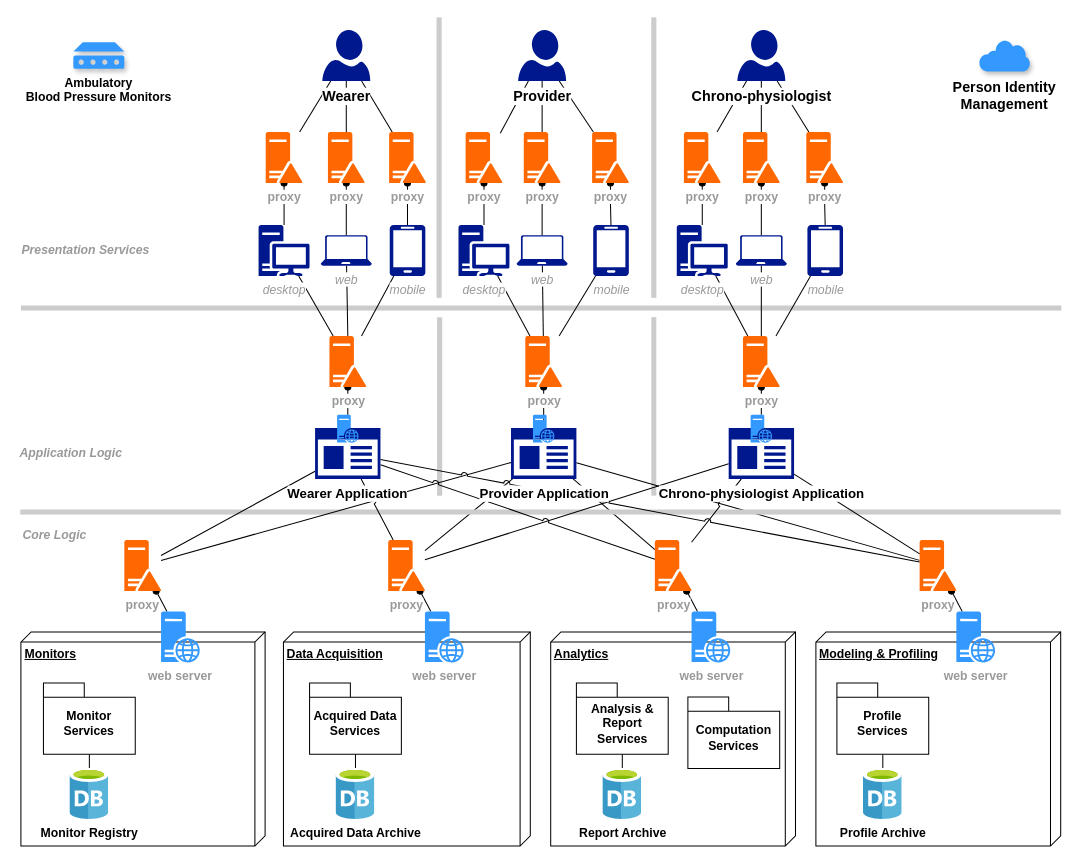
Before: docs/biorhythm-platform/images/conceptual-architecture.drawio in phoenix-chronobiology/phoenix-chronobiology.github.io, a draw.io diagram. Source tidied: cells renumbered, new cells numbered last; positions are measured from the earlier drawing's top-left corner, leaving out a move shared by most shapes. Both pictures are drawn from the tidied source at 102%, with x=0, y=0 at pixel (17, 30).
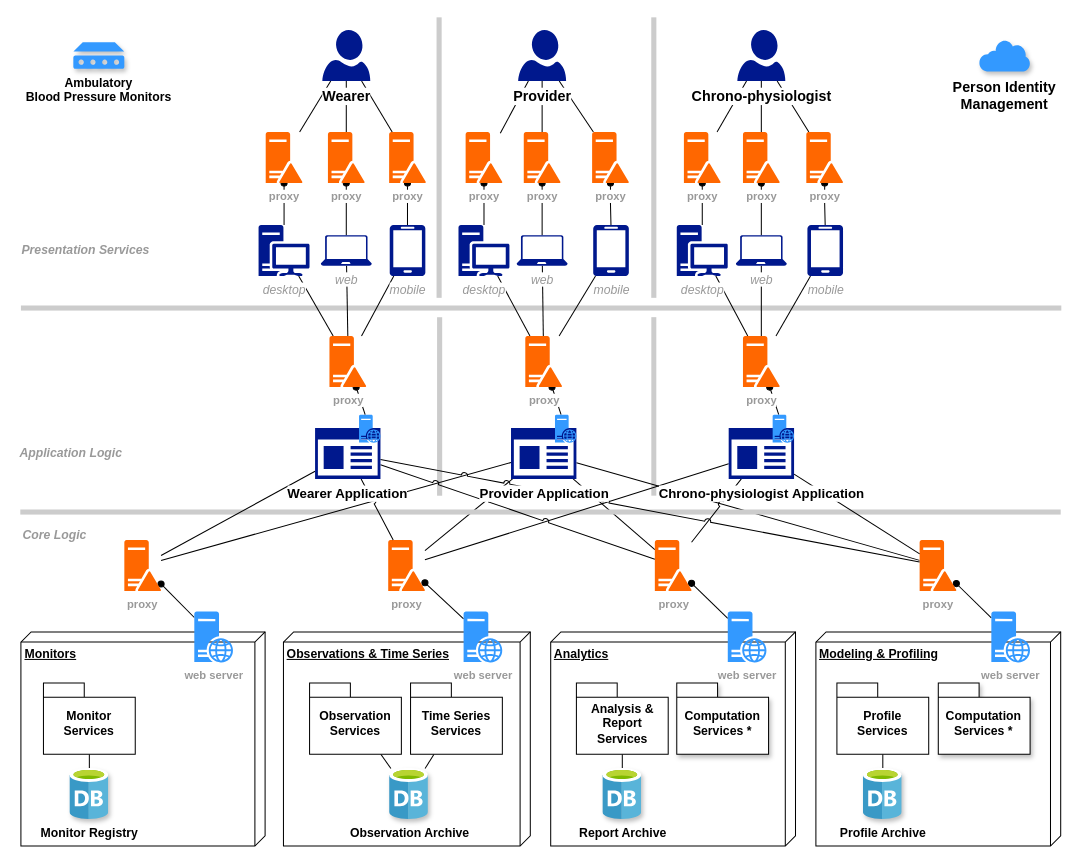
After the change.

Commit message (it also covers changes not shown here):
working draft conceptual architecture

Unchanged cells that the change refers to:
```xml
<mxCell id="93" value="Provider Application" style="sketch=0;shadow=0;dashed=0;html=1;strokeColor=none;labelPosition=center;verticalLabelPosition=bottom;verticalAlign=top;align=center;fillColor=#00188D;shape=mxgraph.mscae.enterprise.app_generic;labelBackgroundColor=default;fontStyle=1;fontSize=13;" parent="1" vertex="1">
  <mxGeometry x="483.5" y="390" width="64.1" height="50" as="geometry" />
</mxCell>
```

What changed in the source:
```diff
@@
-    <mxCell id="10" value="Monitors" style="verticalAlign=top;align=left;spacingTop=8;spacingLeft=2;spacingRight=12;shape=cube;size=10;direction=south;fontStyle=5;html=1;whiteSpace=wrap;" parent="1" vertex="1">
+    <mxCell id="10" value="Monitors" style="verticalAlign=top;align=left;spacingTop=8;spacingLeft=2;spacingRight=12;shape=cube;size=10;direction=south;fontStyle=5;html=1;whiteSpace=wrap;shadow=0;" parent="1" vertex="1">
       <mxGeometry x="3" y="590" width="239.4" height="210" as="geometry" />
     </mxCell>
@@
-    <mxCell id="13" value="Data Acquisition" style="verticalAlign=top;align=left;spacingTop=8;spacingLeft=2;spacingRight=12;shape=cube;size=10;direction=south;fontStyle=5;html=1;whiteSpace=wrap;" parent="1" vertex="1">
+    <mxCell id="13" value="Observations &amp;amp; Time Series" style="verticalAlign=top;align=left;spacingTop=8;spacingLeft=2;spacingRight=12;shape=cube;size=10;direction=south;fontStyle=5;html=1;whiteSpace=wrap;shadow=0;" parent="1" vertex="1">
       <mxGeometry x="260.4" y="590" width="242" height="210" as="geometry" />
     </mxCell>
@@
-    <mxCell id="15" value="Acquired Data Services" style="shape=folder;fontStyle=1;spacingTop=10;tabWidth=40;tabHeight=14;tabPosition=left;html=1;whiteSpace=wrap;" parent="1" vertex="1">
+    <mxCell id="15" value="Observation Services" style="shape=folder;fontStyle=1;spacingTop=10;tabWidth=40;tabHeight=14;tabPosition=left;html=1;whiteSpace=wrap;" parent="1" vertex="1">
       <mxGeometry x="286" y="640" width="90" height="70" as="geometry" />
     </mxCell>
@@
-    <mxCell id="22" value="Computation Services" style="shape=folder;fontStyle=1;spacingTop=10;tabWidth=40;tabHeight=14;tabPosition=left;html=1;whiteSpace=wrap;" parent="1" vertex="1">
-      <mxGeometry x="656.9" y="653.9" width="90" height="70" as="geometry" />
+    <mxCell id="22" value="Computation Services *" style="shape=folder;fontStyle=1;spacingTop=10;tabWidth=40;tabHeight=14;tabPosition=left;html=1;whiteSpace=wrap;shadow=1;" parent="1" vertex="1">
+      <mxGeometry x="646" y="640" width="90" height="70" as="geometry" />
     </mxCell>
@@
-    <mxCell id="33" value="proxy" style="sketch=0;shadow=0;dashed=0;html=1;strokeColor=none;labelPosition=center;verticalLabelPosition=bottom;verticalAlign=top;align=center;fillColor=#FF6700;shape=mxgraph.mscae.enterprise.domain_controller;labelBackgroundColor=default;fontColor=#999999;fontStyle=1;" parent="1" vertex="1">
+    <mxCell id="33" value="proxy" style="sketch=0;shadow=0;dashed=0;html=1;strokeColor=none;labelPosition=center;verticalLabelPosition=bottom;verticalAlign=top;align=center;fillColor=#FF6700;shape=mxgraph.mscae.enterprise.domain_controller;labelBackgroundColor=default;fontColor=#999999;fontStyle=1;fontSize=11;" parent="1" vertex="1">
       <mxGeometry x="104.4" y="500" width="36" height="50" as="geometry" />
     </mxCell>
@@
-    <mxCell id="35" value="proxy" style="sketch=0;shadow=0;dashed=0;html=1;strokeColor=none;labelPosition=center;verticalLabelPosition=bottom;verticalAlign=top;align=center;fillColor=#FF6700;shape=mxgraph.mscae.enterprise.domain_controller;labelBackgroundColor=default;fontColor=#999999;fontStyle=1;" parent="1" vertex="1">
+    <mxCell id="35" value="proxy" style="sketch=0;shadow=0;dashed=0;html=1;strokeColor=none;labelPosition=center;verticalLabelPosition=bottom;verticalAlign=top;align=center;fillColor=#FF6700;shape=mxgraph.mscae.enterprise.domain_controller;labelBackgroundColor=default;fontColor=#999999;fontStyle=1;fontSize=11;" parent="1" vertex="1">
       <mxGeometry x="363.1" y="500" width="36" height="50" as="geometry" />
     </mxCell>
@@
-    <mxCell id="37" value="proxy" style="sketch=0;shadow=0;dashed=0;html=1;strokeColor=none;labelPosition=center;verticalLabelPosition=bottom;verticalAlign=top;align=center;fillColor=#FF6700;shape=mxgraph.mscae.enterprise.domain_controller;labelBackgroundColor=default;fontColor=#999999;fontStyle=1;" parent="1" vertex="1">
+    <mxCell id="37" value="proxy" style="sketch=0;shadow=0;dashed=0;html=1;strokeColor=none;labelPosition=center;verticalLabelPosition=bottom;verticalAlign=top;align=center;fillColor=#FF6700;shape=mxgraph.mscae.enterprise.domain_controller;labelBackgroundColor=default;fontColor=#999999;fontStyle=1;fontSize=11;" parent="1" vertex="1">
       <mxGeometry x="624.5" y="500" width="36" height="50" as="geometry" />
     </mxCell>
@@
-    <mxCell id="39" value="proxy" style="sketch=0;shadow=0;dashed=0;html=1;strokeColor=none;labelPosition=center;verticalLabelPosition=bottom;verticalAlign=top;align=center;fillColor=#FF6700;shape=mxgraph.mscae.enterprise.domain_controller;labelBackgroundColor=default;fontColor=#999999;fontStyle=1;" parent="1" vertex="1">
+    <mxCell id="39" value="proxy" style="sketch=0;shadow=0;dashed=0;html=1;strokeColor=none;labelPosition=center;verticalLabelPosition=bottom;verticalAlign=top;align=center;fillColor=#FF6700;shape=mxgraph.mscae.enterprise.domain_controller;labelBackgroundColor=default;fontColor=#999999;fontStyle=1;fontSize=11;" parent="1" vertex="1">
       <mxGeometry x="884.1" y="500" width="36" height="50" as="geometry" />
     </mxCell>
@@
-    <mxCell id="41" value="proxy" style="sketch=0;shadow=0;dashed=0;html=1;strokeColor=none;labelPosition=center;verticalLabelPosition=bottom;verticalAlign=top;align=center;fillColor=#FF6700;shape=mxgraph.mscae.enterprise.domain_controller;labelBackgroundColor=default;fontColor=#999999;fontStyle=1;" parent="1" vertex="1">
+    <mxCell id="41" value="proxy" style="sketch=0;shadow=0;dashed=0;html=1;strokeColor=none;labelPosition=center;verticalLabelPosition=bottom;verticalAlign=top;align=center;fillColor=#FF6700;shape=mxgraph.mscae.enterprise.domain_controller;labelBackgroundColor=default;fontColor=#999999;fontStyle=1;fontSize=11;" parent="1" vertex="1">
       <mxGeometry x="243" y="100" width="36" height="50" as="geometry" />
     </mxCell>
@@
-    <mxCell id="43" value="proxy" style="sketch=0;shadow=0;dashed=0;html=1;strokeColor=none;labelPosition=center;verticalLabelPosition=bottom;verticalAlign=top;align=center;fillColor=#FF6700;shape=mxgraph.mscae.enterprise.domain_controller;labelBackgroundColor=default;fontColor=#999999;fontStyle=1;" parent="1" vertex="1">
+    <mxCell id="43" value="proxy" style="sketch=0;shadow=0;dashed=0;html=1;strokeColor=none;labelPosition=center;verticalLabelPosition=bottom;verticalAlign=top;align=center;fillColor=#FF6700;shape=mxgraph.mscae.enterprise.domain_controller;labelBackgroundColor=default;fontColor=#999999;fontStyle=1;fontSize=11;" parent="1" vertex="1">
       <mxGeometry x="304" y="100" width="36" height="50" as="geometry" />
     </mxCell>
@@
-    <mxCell id="45" value="proxy" style="sketch=0;shadow=0;dashed=0;html=1;strokeColor=none;labelPosition=center;verticalLabelPosition=bottom;verticalAlign=top;align=center;fillColor=#FF6700;shape=mxgraph.mscae.enterprise.domain_controller;labelBackgroundColor=default;fontColor=#999999;fontStyle=1;" parent="1" vertex="1">
+    <mxCell id="45" value="proxy" style="sketch=0;shadow=0;dashed=0;html=1;strokeColor=none;labelPosition=center;verticalLabelPosition=bottom;verticalAlign=top;align=center;fillColor=#FF6700;shape=mxgraph.mscae.enterprise.domain_controller;labelBackgroundColor=default;fontColor=#999999;fontStyle=1;fontSize=11;" parent="1" vertex="1">
       <mxGeometry x="364" y="100" width="36" height="50" as="geometry" />
     </mxCell>
@@
-    <mxCell id="50" value="proxy" style="sketch=0;shadow=0;dashed=0;html=1;strokeColor=none;labelPosition=center;verticalLabelPosition=bottom;verticalAlign=top;align=center;fillColor=#FF6700;shape=mxgraph.mscae.enterprise.domain_controller;labelBackgroundColor=default;fontColor=#999999;fontStyle=1;" parent="1" vertex="1">
+    <mxCell id="50" value="proxy" style="sketch=0;shadow=0;dashed=0;html=1;strokeColor=none;labelPosition=center;verticalLabelPosition=bottom;verticalAlign=top;align=center;fillColor=#FF6700;shape=mxgraph.mscae.enterprise.domain_controller;labelBackgroundColor=default;fontColor=#999999;fontStyle=1;fontSize=11;" parent="1" vertex="1">
       <mxGeometry x="439" y="100" width="36" height="50" as="geometry" />
     </mxCell>
@@
-    <mxCell id="52" value="proxy" style="sketch=0;shadow=0;dashed=0;html=1;strokeColor=none;labelPosition=center;verticalLabelPosition=bottom;verticalAlign=top;align=center;fillColor=#FF6700;shape=mxgraph.mscae.enterprise.domain_controller;labelBackgroundColor=default;fontColor=#999999;fontStyle=1;" parent="1" vertex="1">
+    <mxCell id="52" value="proxy" style="sketch=0;shadow=0;dashed=0;html=1;strokeColor=none;labelPosition=center;verticalLabelPosition=bottom;verticalAlign=top;align=center;fillColor=#FF6700;shape=mxgraph.mscae.enterprise.domain_controller;labelBackgroundColor=default;fontColor=#999999;fontStyle=1;fontSize=11;" parent="1" vertex="1">
       <mxGeometry x="496" y="100" width="36" height="50" as="geometry" />
     </mxCell>
@@
-    <mxCell id="54" value="proxy" style="sketch=0;shadow=0;dashed=0;html=1;strokeColor=none;labelPosition=center;verticalLabelPosition=bottom;verticalAlign=top;align=center;fillColor=#FF6700;shape=mxgraph.mscae.enterprise.domain_controller;labelBackgroundColor=default;fontColor=#999999;fontStyle=1;" parent="1" vertex="1">
+    <mxCell id="54" value="proxy" style="sketch=0;shadow=0;dashed=0;html=1;strokeColor=none;labelPosition=center;verticalLabelPosition=bottom;verticalAlign=top;align=center;fillColor=#FF6700;shape=mxgraph.mscae.enterprise.domain_controller;labelBackgroundColor=default;fontColor=#999999;fontStyle=1;fontSize=11;" parent="1" vertex="1">
       <mxGeometry x="563" y="100" width="36" height="50" as="geometry" />
     </mxCell>
@@
-    <mxCell id="59" value="proxy" style="sketch=0;shadow=0;dashed=0;html=1;strokeColor=none;labelPosition=center;verticalLabelPosition=bottom;verticalAlign=top;align=center;fillColor=#FF6700;shape=mxgraph.mscae.enterprise.domain_controller;labelBackgroundColor=default;fontColor=#999999;fontStyle=1;" parent="1" vertex="1">
+    <mxCell id="59" value="proxy" style="sketch=0;shadow=0;dashed=0;html=1;strokeColor=none;labelPosition=center;verticalLabelPosition=bottom;verticalAlign=top;align=center;fillColor=#FF6700;shape=mxgraph.mscae.enterprise.domain_controller;labelBackgroundColor=default;fontColor=#999999;fontStyle=1;fontSize=11;" parent="1" vertex="1">
       <mxGeometry x="653" y="100" width="36" height="50" as="geometry" />
     </mxCell>
@@
-    <mxCell id="61" value="proxy" style="sketch=0;shadow=0;dashed=0;html=1;strokeColor=none;labelPosition=center;verticalLabelPosition=bottom;verticalAlign=top;align=center;fillColor=#FF6700;shape=mxgraph.mscae.enterprise.domain_controller;labelBackgroundColor=default;fontColor=#999999;fontStyle=1;" parent="1" vertex="1">
+    <mxCell id="61" value="proxy" style="sketch=0;shadow=0;dashed=0;html=1;strokeColor=none;labelPosition=center;verticalLabelPosition=bottom;verticalAlign=top;align=center;fillColor=#FF6700;shape=mxgraph.mscae.enterprise.domain_controller;labelBackgroundColor=default;fontColor=#999999;fontStyle=1;fontSize=11;" parent="1" vertex="1">
       <mxGeometry x="710.9" y="100" width="36" height="50" as="geometry" />
     </mxCell>
@@
-    <mxCell id="63" value="proxy" style="sketch=0;shadow=0;dashed=0;html=1;strokeColor=none;labelPosition=center;verticalLabelPosition=bottom;verticalAlign=top;align=center;fillColor=#FF6700;shape=mxgraph.mscae.enterprise.domain_controller;labelBackgroundColor=default;fontColor=#999999;fontStyle=1;" parent="1" vertex="1">
+    <mxCell id="63" value="proxy" style="sketch=0;shadow=0;dashed=0;html=1;strokeColor=none;labelPosition=center;verticalLabelPosition=bottom;verticalAlign=top;align=center;fillColor=#FF6700;shape=mxgraph.mscae.enterprise.domain_controller;labelBackgroundColor=default;fontColor=#999999;fontStyle=1;fontSize=11;" parent="1" vertex="1">
       <mxGeometry x="773" y="100" width="36" height="50" as="geometry" />
     </mxCell>
@@
-    <mxCell id="69" style="edgeStyle=orthogonalEdgeStyle;rounded=0;jettySize=auto;html=1;startArrow=oval;startFill=1;endArrow=none;endFill=0;" parent="1" edge="1" source="70" target="93">
+    <mxCell id="69" style="rounded=0;jettySize=auto;html=1;startArrow=oval;startFill=1;endArrow=none;endFill=0;" parent="1" edge="1" source="70" target="104">
       <mxGeometry relative="1" as="geometry" />
     </mxCell>
-    <mxCell id="70" value="proxy" style="sketch=0;shadow=0;dashed=0;html=1;strokeColor=none;labelPosition=center;verticalLabelPosition=bottom;verticalAlign=top;align=center;fillColor=#FF6700;shape=mxgraph.mscae.enterprise.domain_controller;labelBackgroundColor=default;direction=east;fontColor=#999999;fontStyle=1;" parent="1" vertex="1">
+    <mxCell id="70" value="proxy" style="sketch=0;shadow=0;dashed=0;html=1;strokeColor=none;labelPosition=center;verticalLabelPosition=bottom;verticalAlign=top;align=center;fillColor=#FF6700;shape=mxgraph.mscae.enterprise.domain_controller;labelBackgroundColor=default;direction=east;fontColor=#999999;fontStyle=1;fontSize=11;" parent="1" vertex="1">
       <mxGeometry x="497.5" y="300" width="36" height="50" as="geometry" />
     </mxCell>
@@
-    <mxCell id="72" value="proxy" style="sketch=0;shadow=0;dashed=0;html=1;strokeColor=none;labelPosition=center;verticalLabelPosition=bottom;verticalAlign=top;align=center;fillColor=#FF6700;shape=mxgraph.mscae.enterprise.domain_controller;labelBackgroundColor=default;fontColor=#999999;fontStyle=1;" parent="1" vertex="1">
+    <mxCell id="72" value="proxy" style="sketch=0;shadow=0;dashed=0;html=1;strokeColor=none;labelPosition=center;verticalLabelPosition=bottom;verticalAlign=top;align=center;fillColor=#FF6700;shape=mxgraph.mscae.enterprise.domain_controller;labelBackgroundColor=default;fontColor=#999999;fontStyle=1;fontSize=11;" parent="1" vertex="1">
       <mxGeometry x="710.9" y="300" width="36" height="50" as="geometry" />
     </mxCell>
@@
-    <mxCell id="97" value="web server" style="sketch=0;shadow=0;dashed=0;html=1;strokeColor=none;labelPosition=center;verticalLabelPosition=bottom;verticalAlign=top;align=center;fillColor=#3399FF;shape=mxgraph.mscae.enterprise.web_server;fontColor=#999999;fontStyle=1;" parent="1" vertex="1">
-      <mxGeometry x="140.4" y="570" width="38" height="50" as="geometry" />
+    <mxCell id="97" value="web server" style="sketch=0;shadow=0;dashed=0;html=1;strokeColor=none;labelPosition=center;verticalLabelPosition=bottom;verticalAlign=top;align=center;fillColor=#3399FF;shape=mxgraph.mscae.enterprise.web_server;fontColor=#999999;fontStyle=1;fontSize=11;" parent="1" vertex="1">
+      <mxGeometry x="173" y="570" width="38" height="50" as="geometry" />
     </mxCell>
-    <mxCell id="98" value="web server" style="sketch=0;shadow=0;dashed=0;html=1;strokeColor=none;labelPosition=center;verticalLabelPosition=bottom;verticalAlign=top;align=center;fillColor=#3399FF;shape=mxgraph.mscae.enterprise.web_server;fontStyle=1;fontColor=#999999;" parent="1" vertex="1">
-      <mxGeometry x="399.1" y="570" width="38" height="50" as="geometry" />
+    <mxCell id="98" value="web server" style="sketch=0;shadow=0;dashed=0;html=1;strokeColor=none;labelPosition=center;verticalLabelPosition=bottom;verticalAlign=top;align=center;fillColor=#3399FF;shape=mxgraph.mscae.enterprise.web_server;fontStyle=1;fontColor=#999999;fontSize=11;" parent="1" vertex="1">
+      <mxGeometry x="437" y="570" width="38" height="50" as="geometry" />
     </mxCell>
-    <mxCell id="99" value="web server" style="sketch=0;shadow=0;dashed=0;html=1;strokeColor=none;labelPosition=center;verticalLabelPosition=bottom;verticalAlign=top;align=center;fillColor=#3399FF;shape=mxgraph.mscae.enterprise.web_server;fontStyle=1;fontColor=#999999;" parent="1" vertex="1">
-      <mxGeometry x="660.5" y="570" width="38" height="50" as="geometry" />
+    <mxCell id="99" value="web server" style="sketch=0;shadow=0;dashed=0;html=1;strokeColor=none;labelPosition=center;verticalLabelPosition=bottom;verticalAlign=top;align=center;fillColor=#3399FF;shape=mxgraph.mscae.enterprise.web_server;fontStyle=1;fontColor=#999999;fontSize=11;" parent="1" vertex="1">
+      <mxGeometry x="696" y="570" width="38" height="50" as="geometry" />
     </mxCell>
-    <mxCell id="100" value="web server" style="sketch=0;shadow=0;dashed=0;html=1;strokeColor=none;labelPosition=center;verticalLabelPosition=bottom;verticalAlign=top;align=center;fillColor=#3399FF;shape=mxgraph.mscae.enterprise.web_server;fontStyle=1;fontColor=#999999;" parent="1" vertex="1">
-      <mxGeometry x="920.1" y="570" width="38" height="50" as="geometry" />
+    <mxCell id="100" value="web server" style="sketch=0;shadow=0;dashed=0;html=1;strokeColor=none;labelPosition=center;verticalLabelPosition=bottom;verticalAlign=top;align=center;fillColor=#3399FF;shape=mxgraph.mscae.enterprise.web_server;fontStyle=1;fontColor=#999999;fontSize=11;" parent="1" vertex="1">
+      <mxGeometry x="954.4" y="570" width="38" height="50" as="geometry" />
     </mxCell>
     <mxCell id="101" style="sketch=0;shadow=0;dashed=0;html=1;strokeColor=none;labelPosition=center;verticalLabelPosition=bottom;verticalAlign=top;align=center;fillColor=#3399FF;shape=mxgraph.mscae.enterprise.web_server;" parent="1" vertex="1">
-      <mxGeometry x="313" y="377" width="21" height="27.6" as="geometry" />
+      <mxGeometry x="334.5" y="377" width="21" height="27.6" as="geometry" />
     </mxCell>
-    <mxCell id="102" style="edgeStyle=orthogonalEdgeStyle;rounded=0;jettySize=auto;html=1;startArrow=oval;startFill=1;endArrow=none;endFill=0;" parent="1" edge="1" source="103" target="101">
+    <mxCell id="102" style="rounded=0;jettySize=auto;html=1;startArrow=oval;startFill=1;endArrow=none;endFill=0;" parent="1" edge="1" source="103" target="101">
       <mxGeometry relative="1" as="geometry" />
     </mxCell>
-    <mxCell id="103" value="proxy" style="sketch=0;shadow=0;dashed=0;html=1;strokeColor=none;labelPosition=center;verticalLabelPosition=bottom;verticalAlign=top;align=center;fillColor=#ff6700;shape=mxgraph.mscae.enterprise.domain_controller;labelBackgroundColor=default;fontColor=#999999;fontStyle=1;" parent="1" vertex="1">
+    <mxCell id="103" value="proxy" style="sketch=0;shadow=0;dashed=0;html=1;strokeColor=none;labelPosition=center;verticalLabelPosition=bottom;verticalAlign=top;align=center;fillColor=#ff6700;shape=mxgraph.mscae.enterprise.domain_controller;labelBackgroundColor=default;fontColor=#999999;fontStyle=1;fontSize=11;" parent="1" vertex="1">
       <mxGeometry x="305.5" y="300" width="36" height="50" as="geometry" />
     </mxCell>
     <mxCell id="104" style="sketch=0;shadow=0;dashed=0;html=1;strokeColor=none;labelPosition=center;verticalLabelPosition=bottom;verticalAlign=top;align=center;fillColor=#3399FF;shape=mxgraph.mscae.enterprise.web_server;" parent="1" vertex="1">
-      <mxGeometry x="505" y="377" width="21" height="27.6" as="geometry" />
+      <mxGeometry x="526.6" y="377" width="21" height="27.6" as="geometry" />
     </mxCell>
     <mxCell id="105" style="sketch=0;shadow=0;dashed=0;html=1;strokeColor=none;labelPosition=center;verticalLabelPosition=bottom;verticalAlign=top;align=center;fillColor=#3399FF;shape=mxgraph.mscae.enterprise.web_server;" parent="1" vertex="1">
-      <mxGeometry x="718.4" y="377" width="21" height="27.6" as="geometry" />
+      <mxGeometry x="740" y="377" width="21" height="27.6" as="geometry" />
     </mxCell>
@@
-    <mxCell id="109" value="Monitor Registry" style="image;sketch=0;html=1;points=[];align=center;fontSize=12;image=img/lib/mscae/Database_General.svg;fontStyle=1;" parent="1" vertex="1">
+    <mxCell id="109" value="Monitor Registry" style="image;sketch=0;html=1;points=[];align=center;fontSize=12;image=img/lib/mscae/Database_General.svg;fontStyle=1;shadow=1;" parent="1" vertex="1">
       <mxGeometry x="51.1" y="723.9" width="38" height="50" as="geometry" />
     </mxCell>
-    <mxCell id="110" value="Acquired Data Archive" style="image;sketch=0;html=1;points=[];align=center;fontSize=12;image=img/lib/mscae/Database_General.svg;fontStyle=1;" parent="1" vertex="1">
-      <mxGeometry x="312" y="723.9" width="38" height="50" as="geometry" />
+    <mxCell id="110" value="Observation Archive" style="image;sketch=0;html=1;points=[];align=center;fontSize=12;image=img/lib/mscae/Database_General.svg;fontStyle=1;shadow=1;" parent="1" vertex="1">
+      <mxGeometry x="364.5" y="723.9" width="38" height="50" as="geometry" />
     </mxCell>
-    <mxCell id="111" value="Report Archive" style="image;sketch=0;html=1;points=[];align=center;fontSize=12;image=img/lib/mscae/Database_General.svg;fontStyle=1;" parent="1" vertex="1">
+    <mxCell id="111" value="Report Archive" style="image;sketch=0;html=1;points=[];align=center;fontSize=12;image=img/lib/mscae/Database_General.svg;fontStyle=1;shadow=1;" parent="1" vertex="1">
       <mxGeometry x="573.6" y="723.9" width="38" height="50" as="geometry" />
     </mxCell>
-    <mxCell id="112" value="Profile Archive" style="image;sketch=0;html=1;points=[];align=center;fontSize=12;image=img/lib/mscae/Database_General.svg;fontStyle=1;" parent="1" vertex="1">
+    <mxCell id="112" value="Profile Archive" style="image;sketch=0;html=1;points=[];align=center;fontSize=12;image=img/lib/mscae/Database_General.svg;fontStyle=1;shadow=1;" parent="1" vertex="1">
       <mxGeometry x="829" y="723.9" width="38" height="50" as="geometry" />
     </mxCell>
+    <mxCell id="113" value="Computation Services *" style="shape=folder;fontStyle=1;spacingTop=10;tabWidth=40;tabHeight=14;tabPosition=left;html=1;whiteSpace=wrap;shadow=1;" parent="1" vertex="1">
+      <mxGeometry x="902.4" y="640" width="90" height="70" as="geometry" />
+    </mxCell>
+    <mxCell id="114" style="rounded=0;jettySize=auto;html=1;endArrow=none;endFill=0;" parent="1" edge="1" source="115" target="110">
+      <mxGeometry relative="1" as="geometry" />
+    </mxCell>
+    <mxCell id="115" value="Time Series Services" style="shape=folder;fontStyle=1;spacingTop=10;tabWidth=40;tabHeight=14;tabPosition=left;html=1;whiteSpace=wrap;" parent="1" vertex="1">
+      <mxGeometry x="385" y="640" width="90" height="70" as="geometry" />
+    </mxCell>
```
